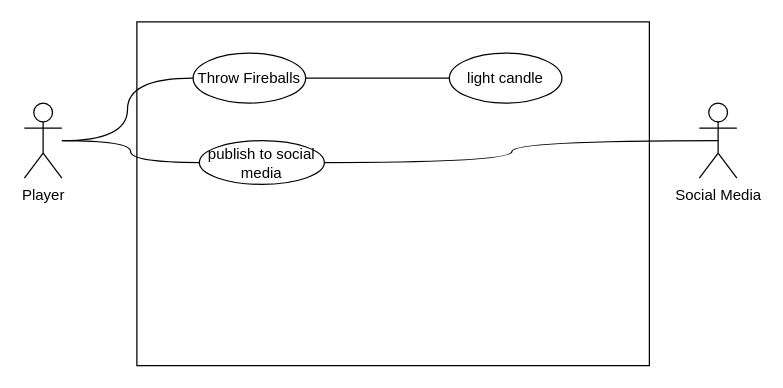
bmejia33/CISC210Draw keeps this draw.io diagram as page "Page-1" (1 of 4) of Untitled Diagram.drawio. Above is the earlier version. Source tidied: cells renumbered, new cells numbered last; positions are measured from the earlier drawing's top-left corner, leaving out a move shared by most shapes. Both pictures are drawn from the tidied source at 125%, with x=0, y=0 at pixel (24, 21).
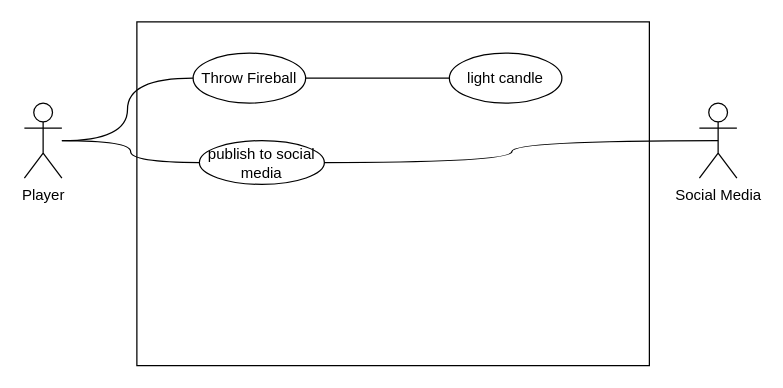
The same diagram, later.

Change to the diagram source:
```diff
@@
 <mxGraphModel>
   <root>
     <mxCell id="0" />
     <mxCell id="1" parent="0" />
     <mxCell id="2" value="Player" style="shape=umlActor;verticalLabelPosition=bottom;labelBackgroundColor=#ffffff;verticalAlign=top;html=1;" parent="1" vertex="1">
       <mxGeometry y="65" width="30" height="60" as="geometry" />
     </mxCell>
     <mxCell id="3" style="rounded=0;whiteSpace=wrap;html=1;fillColor=#ffffff;" parent="1" vertex="1">
       <mxGeometry x="90" width="410" height="275" as="geometry" />
     </mxCell>
     <mxCell id="4" style="edgeStyle=orthogonalEdgeStyle;curved=1;jettySize=auto;html=1;entryX=0;entryY=0.5;entryDx=0;entryDy=0;endArrow=none;endFill=0;strokeColor=#000000;" parent="1" edge="1" source="5" target="6">
       <mxGeometry relative="1" as="geometry" />
     </mxCell>
-    <mxCell id="5" value="Throw Fireballs" style="ellipse;whiteSpace=wrap;html=1;fillColor=none;" parent="1" vertex="1">
+    <mxCell id="5" value="Throw Fireball" style="ellipse;whiteSpace=wrap;html=1;fillColor=none;" parent="1" vertex="1">
       <mxGeometry x="135" y="25" width="90" height="40" as="geometry" />
     </mxCell>
     <mxCell id="6" value="light candle" style="ellipse;whiteSpace=wrap;html=1;fillColor=none;" parent="1" vertex="1">
       <mxGeometry x="340" y="25" width="90" height="40" as="geometry" />
     </mxCell>
     <mxCell id="7" style="edgeStyle=orthogonalEdgeStyle;curved=1;jettySize=auto;html=1;entryX=0.5;entryY=0.5;entryDx=0;entryDy=0;entryPerimeter=0;endArrow=none;endFill=0;strokeColor=#000000;" parent="1" edge="1" source="8" target="9">
       <mxGeometry relative="1" as="geometry" />
     </mxCell>
     <mxCell id="8" value="publish to social media" style="ellipse;whiteSpace=wrap;html=1;fillColor=none;" parent="1" vertex="1">
       <mxGeometry x="140" y="95" width="100" height="35" as="geometry" />
     </mxCell>
     <mxCell id="9" value="Social Media" style="shape=umlActor;verticalLabelPosition=bottom;labelBackgroundColor=#ffffff;verticalAlign=top;html=1;fillColor=none;" parent="1" vertex="1">
       <mxGeometry x="540" y="65" width="30" height="60" as="geometry" />
     </mxCell>
     <mxCell id="10" style="edgeStyle=orthogonalEdgeStyle;jettySize=auto;html=1;entryX=0;entryY=0.5;entryDx=0;entryDy=0;strokeColor=#000000;curved=1;endArrow=none;endFill=0;" parent="1" edge="1" source="2" target="5">
       <mxGeometry relative="1" as="geometry" />
     </mxCell>
     <mxCell id="11" style="edgeStyle=orthogonalEdgeStyle;curved=1;jettySize=auto;html=1;endArrow=none;endFill=0;strokeColor=#000000;" parent="1" edge="1" source="2" target="8">
       <mxGeometry relative="1" as="geometry" />
     </mxCell>
   </root>
 </mxGraphModel>
```
